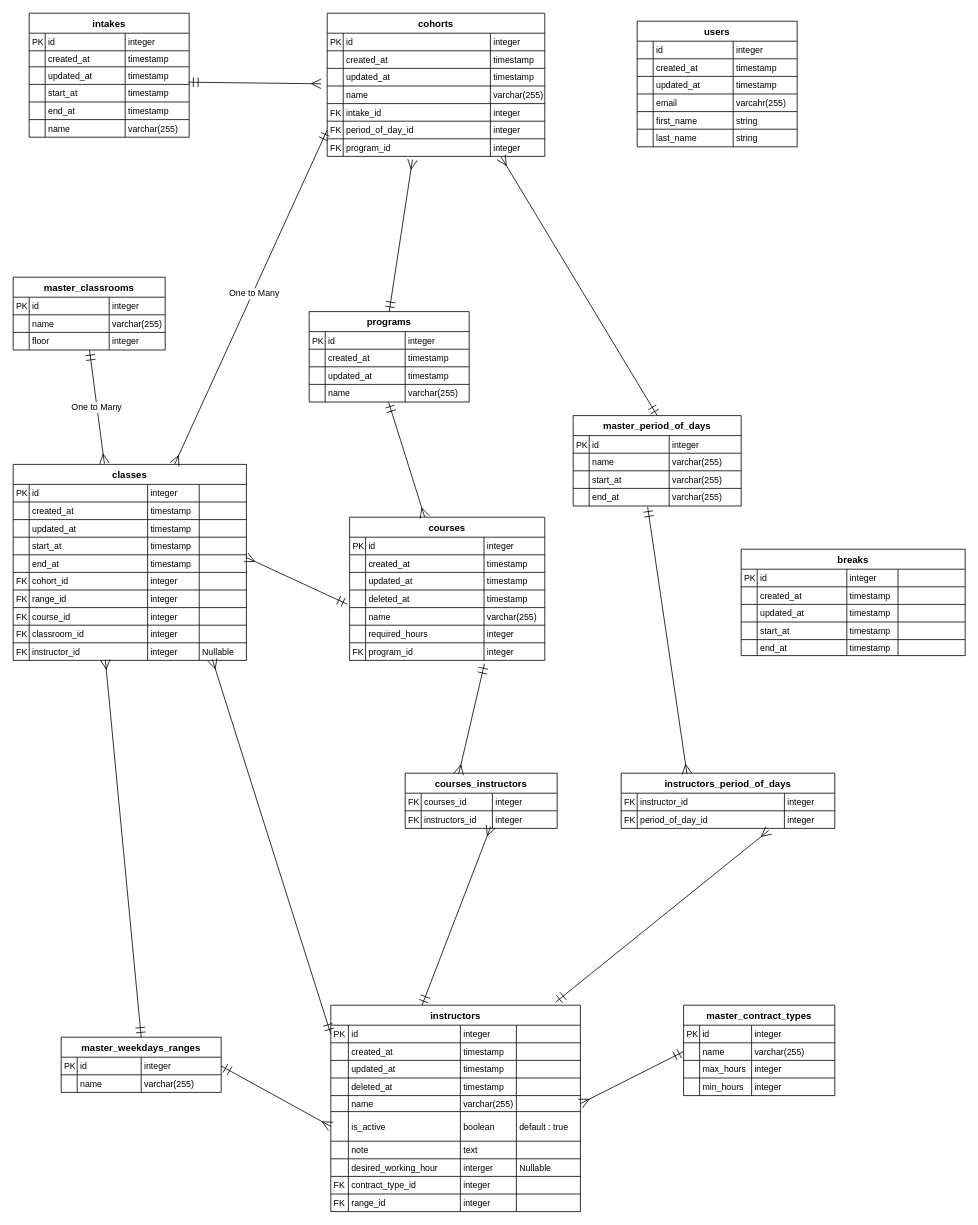
Earlier version of the draw.io diagram docs/backend/database/ERD.drawio (kanta1207/program-schedular-app). Source tidied: cells renumbered, new cells numbered last; positions are measured from the earlier drawing's top-left corner, leaving out a move shared by most shapes. Both pictures are drawn from the tidied source at 80%, with x=0, y=0 at pixel (13, 13).
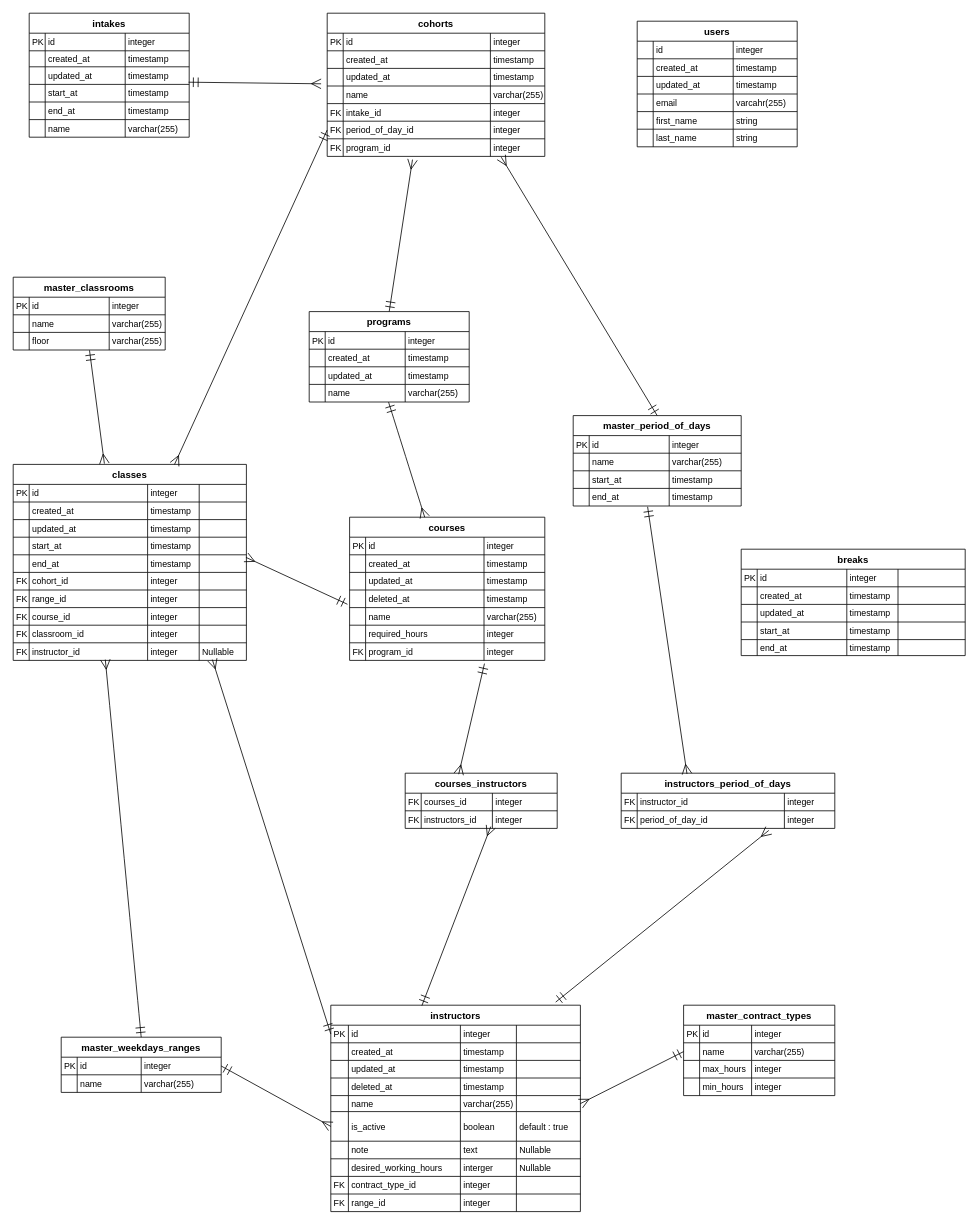
After the change.

Commit message:
doc: update ERD, remove unnecessary `OnetoMany` declaration

Unchanged cells that the change refers to:
```xml
<mxCell id="48" style="shape=tableRow;horizontal=0;startSize=0;swimlaneHead=0;swimlaneBody=0;fillColor=none;points=[[0,0.5],[1,0.5]];portConstraint=eastwest;top=0;left=0;right=0;bottom=0;" parent="27" vertex="1">
  <mxGeometry y="135" width="272" height="22" as="geometry" />
</mxCell>
<mxCell id="73" value="classes" style="shape=table;startSize=25;childLayout=tableLayout;rowLines=1;fontStyle=1;align=center;" parent="1" vertex="1">
  <mxGeometry y="564" width="291.5" height="245" as="geometry" />
</mxCell>
<mxCell id="162" style="shape=tableRow;horizontal=0;startSize=0;swimlaneHead=0;swimlaneBody=0;fillColor=none;points=[[0,0.5],[1,0.5]];portConstraint=eastwest;top=0;left=0;right=0;bottom=0;" parent="153" vertex="1">
  <mxGeometry y="69" width="190" height="22" as="geometry" />
</mxCell>
<mxCell id="197" style="shape=tableRow;horizontal=0;startSize=0;swimlaneHead=0;swimlaneBody=0;fillColor=none;top=0;left=0;right=0;bottom=0;" parent="166" vertex="1">
  <mxGeometry y="170" width="312" height="22" as="geometry" />
</mxCell>
<mxCell id="202" style="shape=tableRow;horizontal=0;startSize=0;swimlaneHead=0;swimlaneBody=0;fillColor=none;top=0;left=0;right=0;bottom=0;" parent="166" vertex="1">
  <mxGeometry y="192" width="312" height="22" as="geometry" />
</mxCell>
<mxCell id="235" style="shape=tableRow;horizontal=0;startSize=0;swimlaneHead=0;swimlaneBody=0;fillColor=none;top=0;left=0;right=0;bottom=0;" parent="226" vertex="1">
  <mxGeometry y="69" width="210" height="22" as="geometry" />
</mxCell>
<mxCell id="239" style="shape=tableRow;horizontal=0;startSize=0;swimlaneHead=0;swimlaneBody=0;fillColor=none;points=[[0,0.5],[1,0.5]];portConstraint=eastwest;top=0;left=0;right=0;bottom=0;" parent="226" vertex="1">
  <mxGeometry y="91" width="210" height="22" as="geometry" />
</mxCell>
```

What changed in the source:
```diff
@@
-    <mxCell id="165" value="integer" style="shape=partialRectangle;fillColor=none;top=0;left=0;bottom=0;right=0;align=left;spacingLeft=2;overflow=hidden;fontSize=11;" parent="162" vertex="1">
+    <mxCell id="165" value="varchar(255)" style="shape=partialRectangle;fillColor=none;top=0;left=0;bottom=0;right=0;align=left;spacingLeft=2;overflow=hidden;fontSize=11;" parent="162" vertex="1">
       <mxGeometry x="120" width="70" height="22" as="geometry" />
     </mxCell>
@@
-    <mxCell id="201" style="shape=partialRectangle;fillColor=none;top=0;left=0;bottom=0;right=0;align=left;spacingLeft=2;overflow=hidden;fontSize=11;" parent="197" vertex="1">
+    <mxCell id="201" value="Nullable" style="shape=partialRectangle;fillColor=none;top=0;left=0;bottom=0;right=0;align=left;spacingLeft=2;overflow=hidden;fontSize=11;" parent="197" vertex="1">
       <mxGeometry x="232" width="80" height="22" as="geometry" />
     </mxCell>
@@
-    <mxCell id="204" value="desired_working_hour" style="shape=partialRectangle;fillColor=none;top=0;left=0;bottom=0;right=0;align=left;spacingLeft=2;overflow=hidden;fontSize=11;" parent="202" vertex="1">
+    <mxCell id="204" value="desired_working_hours" style="shape=partialRectangle;fillColor=none;top=0;left=0;bottom=0;right=0;align=left;spacingLeft=2;overflow=hidden;fontSize=11;" parent="202" vertex="1">
       <mxGeometry x="22" width="140" height="22" as="geometry" />
     </mxCell>
@@
-    <mxCell id="238" value="varchar(255)" style="shape=partialRectangle;fillColor=none;top=0;left=0;bottom=0;right=0;align=left;spacingLeft=2;overflow=hidden;fontSize=11;" parent="235" vertex="1">
+    <mxCell id="238" value="timestamp" style="shape=partialRectangle;fillColor=none;top=0;left=0;bottom=0;right=0;align=left;spacingLeft=2;overflow=hidden;fontSize=11;" parent="235" vertex="1">
       <mxGeometry x="120" width="90" height="22" as="geometry" />
     </mxCell>
@@
-    <mxCell id="242" value="varchar(255)" style="shape=partialRectangle;fillColor=none;top=0;left=0;bottom=0;right=0;align=left;spacingLeft=2;overflow=hidden;fontSize=11;" parent="239" vertex="1">
+    <mxCell id="242" value="timestamp" style="shape=partialRectangle;fillColor=none;top=0;left=0;bottom=0;right=0;align=left;spacingLeft=2;overflow=hidden;fontSize=11;" parent="239" vertex="1">
       <mxGeometry x="120" width="90" height="22" as="geometry" />
     </mxCell>
@@
-    <mxCell id="305" value="One to Many" style="startArrow=ERmandOne;startSize=10;endArrow=ERmany;endSize=10;rounded=0;exitX=0;exitY=0.5;exitDx=0;exitDy=0;" parent="1" edge="1" source="48" target="73">
+    <mxCell id="305" style="startArrow=ERmandOne;startSize=10;endArrow=ERmany;endSize=10;rounded=0;exitX=0;exitY=0.5;exitDx=0;exitDy=0;" parent="1" edge="1" source="48" target="73">
       <mxGeometry x="-0.03" y="2" relative="1" as="geometry" />
     </mxCell>
@@
-    <mxCell id="316" value="One to Many" style="startArrow=ERmandOne;startSize=10;endArrow=ERmany;endSize=10;exitX=0.502;exitY=1.02;rounded=0;exitDx=0;exitDy=0;entryX=0.391;entryY=-0.004;entryDx=0;entryDy=0;exitPerimeter=0;entryPerimeter=0;" parent="1" edge="1" source="162" target="73">
-      <mxGeometry relative="1" as="geometry" />
+    <mxCell id="316" style="startArrow=ERmandOne;startSize=10;endArrow=ERmany;endSize=10;exitX=0.502;exitY=1.02;rounded=0;exitDx=0;exitDy=0;entryX=0.391;entryY=-0.004;entryDx=0;entryDy=0;exitPerimeter=0;entryPerimeter=0;" parent="1" edge="1" source="162" target="73">
+      <mxGeometry x="0.12" y="4" relative="1" as="geometry" />
     </mxCell>
```
